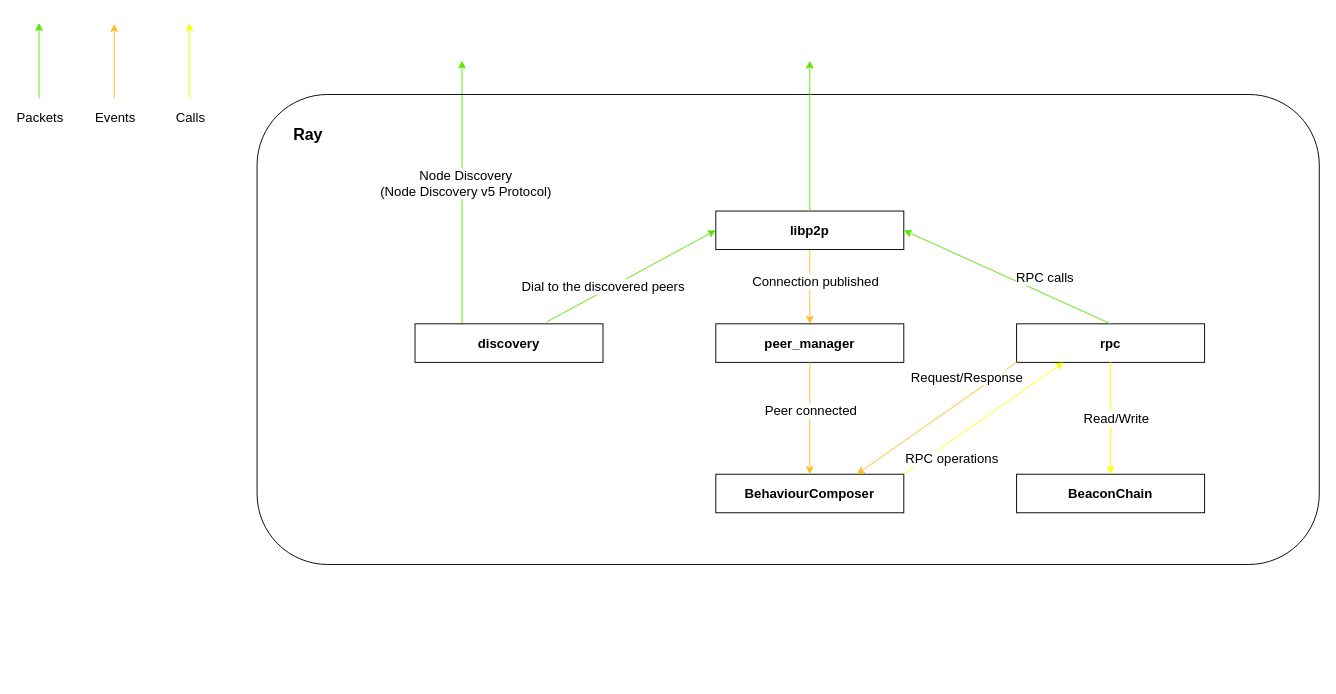
Before: diagrams/architecture.drawio in ackintosh/ray, a draw.io diagram. Source tidied: cells renumbered, new cells numbered last; positions are measured from the earlier drawing's top-left corner, leaving out a move shared by most shapes. Both pictures are drawn from the tidied source at 94%, with x=0, y=0 at pixel (39, 23).
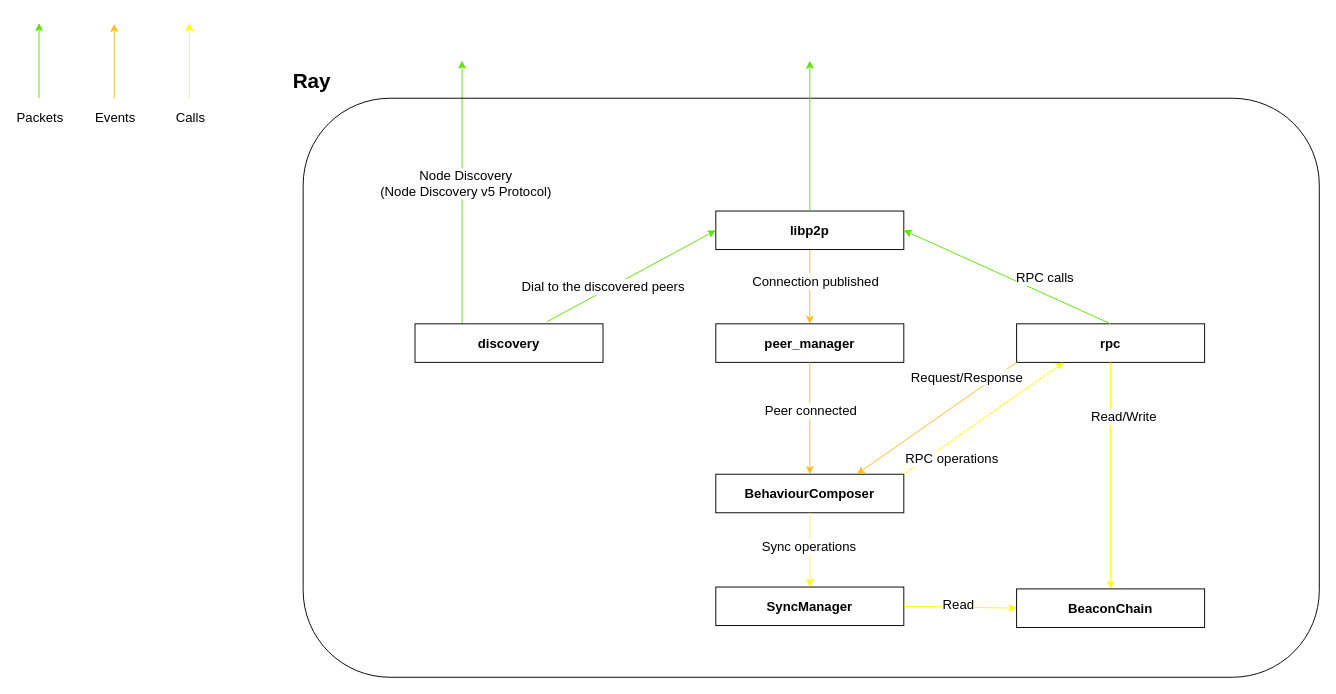
The same diagram, later.

The change refers to these unchanged cells:
```xml
<mxCell id="12" value="BehaviourComposer" style="rounded=0;whiteSpace=wrap;html=1;fontSize=14;fontStyle=1;" parent="1" vertex="1">
  <mxGeometry x="720" y="480" width="200" height="41" as="geometry" />
</mxCell>
```

The edit, as a diff of the source:
```diff
@@
     <mxCell id="8" value="&lt;span style=&quot;font-size: 12px&quot;&gt;&lt;br&gt;&lt;/span&gt;" style="rounded=1;whiteSpace=wrap;html=1;fontSize=14;fillColor=none;" parent="1" vertex="1">
-      <mxGeometry x="232" y="76" width="1130" height="500" as="geometry" />
+      <mxGeometry x="281" y="80" width="1081" height="616" as="geometry" />
     </mxCell>
@@
     <mxCell id="13" value="BeaconChain" style="rounded=0;whiteSpace=wrap;html=1;fontSize=14;fontStyle=1;" parent="1" vertex="1">
-      <mxGeometry x="1040" y="480" width="200" height="41" as="geometry" />
+      <mxGeometry x="1040" y="602" width="200" height="41" as="geometry" />
     </mxCell>
@@
     <mxCell id="29" value="Read/Write" style="edgeLabel;html=1;align=center;verticalAlign=middle;fontSize=14;" parent="1" vertex="1">
-      <mxGeometry x="1145" y="420" as="geometry" />
+      <mxGeometry x="1145" y="420" as="geometry">
+        <mxPoint x="8" y="-2" as="offset" />
+      </mxGeometry>
     </mxCell>
-    <mxCell id="30" value="Ray" style="text;html=1;align=center;verticalAlign=middle;strokeColor=none;fillColor=none;fontSize=17;fontStyle=1;" parent="1" vertex="1">
-      <mxGeometry x="265" y="108" width="41" height="24" as="geometry" />
+    <mxCell id="30" value="Ray" style="text;html=1;align=center;verticalAlign=middle;strokeColor=none;fillColor=none;fontSize=22;fontStyle=1;" parent="1" vertex="1">
+      <mxGeometry x="264" y="48" width="51" height="30" as="geometry" />
     </mxCell>
@@
+    <mxCell id="33" value="SyncManager" style="rounded=0;whiteSpace=wrap;html=1;fontSize=14;fontStyle=1;" parent="1" vertex="1">
+      <mxGeometry x="720" y="600" width="200" height="41" as="geometry" />
+    </mxCell>
+    <mxCell id="34" style="endArrow=classic;html=1;fontSize=18;strokeColor=#FFFF00;exitX=0.5;exitY=1;exitDx=0;exitDy=0;" parent="1" edge="1" source="12" target="33">
+      <mxGeometry x="360" y="-280" as="geometry" />
+    </mxCell>
+    <mxCell id="35" value="Sync operations" style="edgeLabel;html=1;align=center;verticalAlign=middle;fontSize=14;" parent="34" vertex="1">
+      <mxGeometry relative="1" as="geometry">
+        <mxPoint x="-2" y="-5" as="offset" />
+      </mxGeometry>
+    </mxCell>
+    <mxCell id="36" style="endArrow=classic;html=1;fontSize=18;strokeColor=#FFFF00;entryX=0;entryY=0.5;entryDx=0;entryDy=0;exitX=1;exitY=0.5;exitDx=0;exitDy=0;" parent="1" edge="1" source="33" target="13">
+      <mxGeometry x="370" y="-270" as="geometry" />
+    </mxCell>
+    <mxCell id="37" value="Read" style="edgeLabel;html=1;align=center;verticalAlign=middle;fontSize=14;" parent="36" vertex="1">
+      <mxGeometry relative="1" as="geometry">
+        <mxPoint x="-2" y="-3" as="offset" />
+      </mxGeometry>
+    </mxCell>
```
